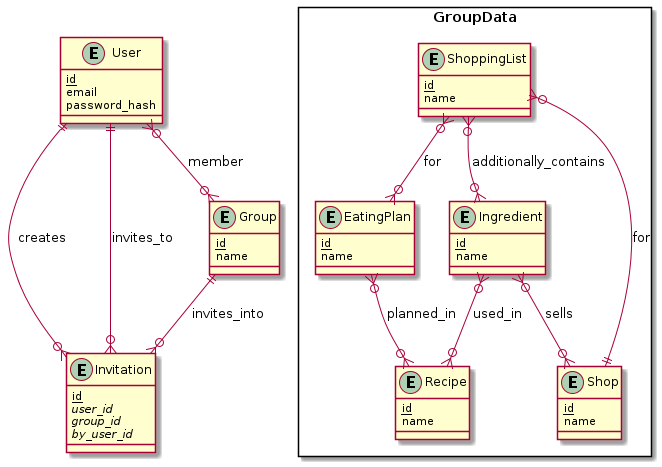
Above: data-model-plan.png in jeyj0/shopping-list-manager (PlantUML), before the change. The source it was exported from:
```plantuml
@startuml
package GroupData <<Rectangle>> {
  entity Ingredient {
      {static} id
      name
  }
  entity Recipe {
      {static} id
      name
  }
  entity EatingPlan {
      {static} id
      name
  }
  entity ShoppingList {
      {static} id
      name
  }
  entity Shop {
      {static} id
      name
  }
}
entity User {
     {static} id
     email
     password_hash
}
entity Invitation {
     {static} id
     {abstract} user_id
     {abstract} group_id
     {abstract} by_user_id
}
entity Group {
     {static} id
     name
}

User }o--o{ Group : member
User ||--o{ Invitation : creates
User ||--o{ Invitation : invites_to
Group ||--o{ Invitation : invites_into

Ingredient }o--o{ Shop : sells
ShoppingList }o--|| Shop : for

Ingredient }o--o{ Recipe : used_in
EatingPlan }o--o{ Recipe : planned_in
ShoppingList }o--o{ EatingPlan : for
ShoppingList }o--o{ Ingredient : additionally_contains
@enduml
```
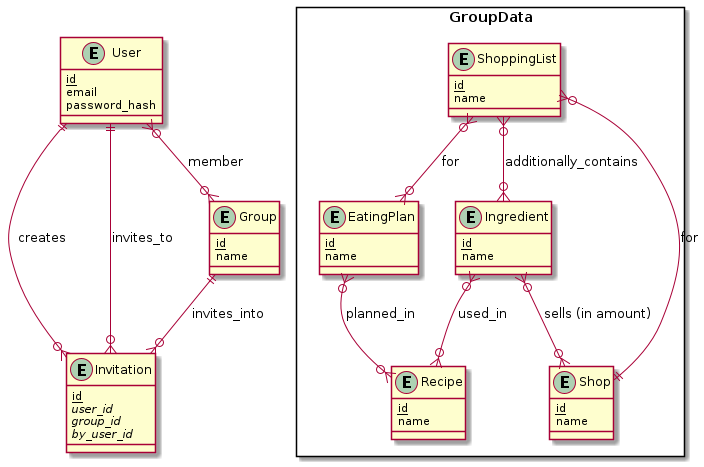
The same file after the commit.

Commit message:
add proper link to planned erm

Change to the diagram source:
```diff
@@ -42,7 +42,7 @@
 User ||--o{ Invitation : invites_to
 Group ||--o{ Invitation : invites_into
 
-Ingredient }o--o{ Shop : sells
+Ingredient }o--o{ Shop : sells (in amount)
 ShoppingList }o--|| Shop : for
 
 Ingredient }o--o{ Recipe : used_in
```
